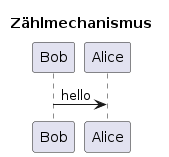
The PlantUML diagram docs/requirements/F003/F003_seq.png in wordle-time/wordle-time, before a commit. The source it was exported from:
```plantuml
@startuml F003_seq
title "Zählmechanismus"

Bob -> Alice : hello
@enduml
```
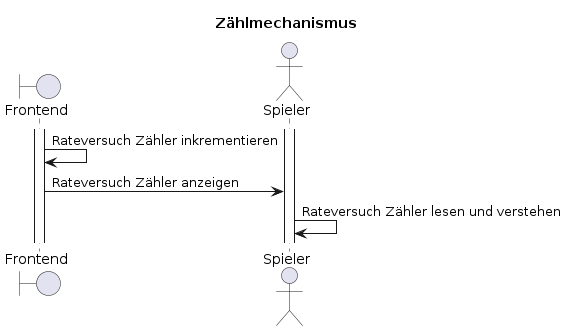
Above is the later version.

What changed in the source:
```diff
@@ -1,5 +1,13 @@
 @startuml F003_seq
 title "Zählmechanismus"
 
-Bob -> Alice : hello
+boundary "Frontend" as frontend
+actor "Spieler" as user
+
+activate frontend
+activate user
+
+frontend -> frontend: Rateversuch Zähler inkrementieren
+frontend -> user: Rateversuch Zähler anzeigen
+user -> user: Rateversuch Zähler lesen und verstehen
 @enduml
```
